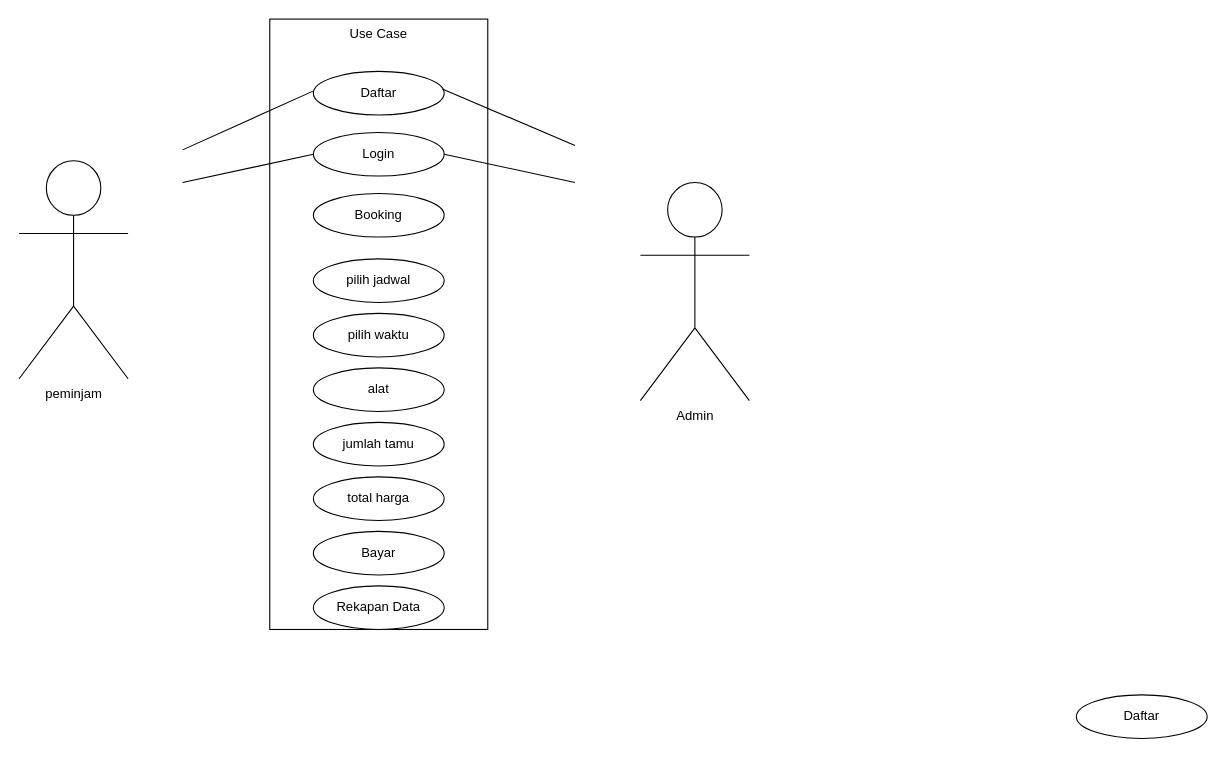
The-Pranksters/Booking-Aula keeps this draw.io diagram as page "Halaman-1" (1 of 2) of use_case.drawio. Above is the earlier version. Source tidied: cells renumbered, new cells numbered last; positions are measured from the earlier drawing's top-left corner, leaving out a move shared by most shapes. Both pictures are drawn from the tidied source at 109%, with x=0, y=0 at pixel (19, 19).
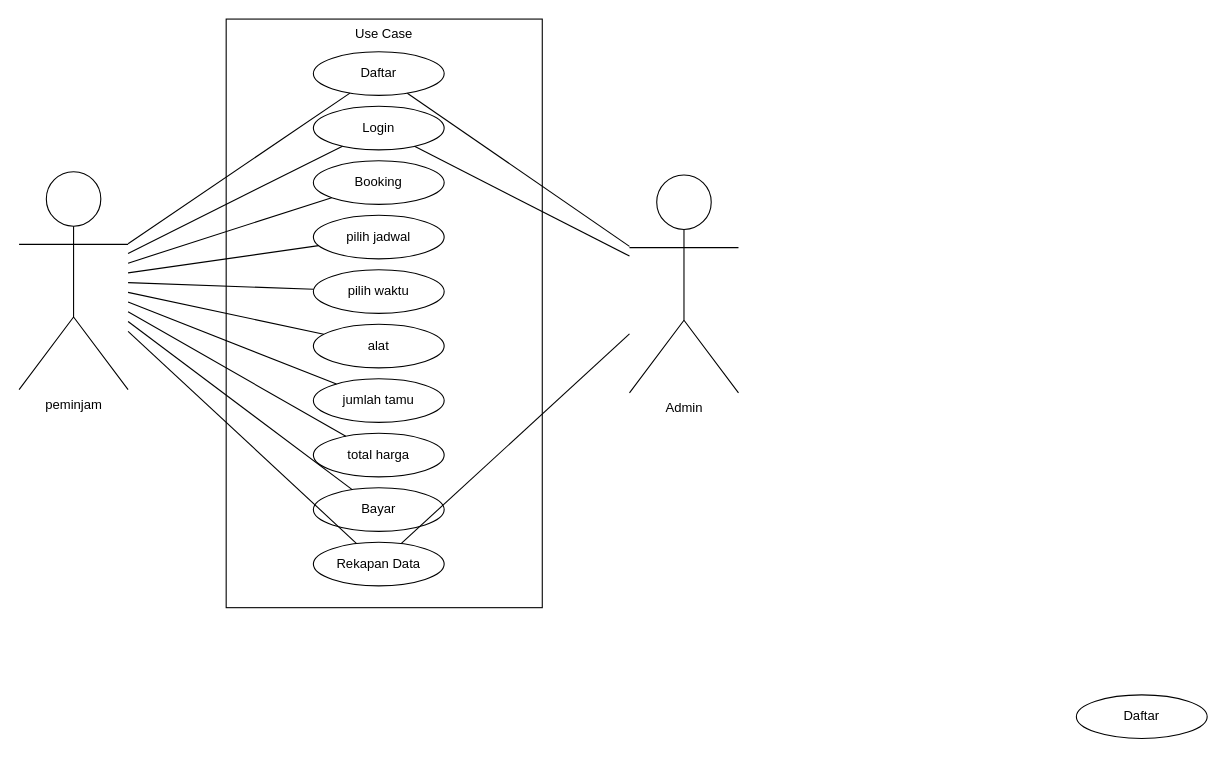
After the change.

Diff of the diagram source:
```diff
@@
     <mxCell id="2" value="Use Case" style="rounded=0;whiteSpace=wrap;html=1;verticalAlign=top;" parent="1" vertex="1">
-      <mxGeometry x="230" width="200" height="560" as="geometry" />
+      <mxGeometry x="190" width="290" height="540" as="geometry" />
     </mxCell>
     <mxCell id="3" value="Daftar" style="ellipse;whiteSpace=wrap;html=1;" parent="1" vertex="1">
-      <mxGeometry x="270" y="48" width="120" height="40" as="geometry" />
+      <mxGeometry x="270" y="30" width="120" height="40" as="geometry" />
     </mxCell>
     <mxCell id="4" value="Login" style="ellipse;whiteSpace=wrap;html=1;" parent="1" vertex="1">
-      <mxGeometry x="270" y="104" width="120" height="40" as="geometry" />
+      <mxGeometry x="270" y="80" width="120" height="40" as="geometry" />
     </mxCell>
     <mxCell id="5" value="Booking" style="ellipse;whiteSpace=wrap;html=1;" parent="1" vertex="1">
-      <mxGeometry x="270" y="160" width="120" height="40" as="geometry" />
+      <mxGeometry x="270" y="130" width="120" height="40" as="geometry" />
     </mxCell>
@@
     <mxCell id="7" value="Bayar" style="ellipse;whiteSpace=wrap;html=1;" parent="1" vertex="1">
-      <mxGeometry x="270" y="470" width="120" height="40" as="geometry" />
+      <mxGeometry x="270" y="430" width="120" height="40" as="geometry" />
     </mxCell>
@@
     <mxCell id="9" value="Admin" style="shape=umlActor;verticalLabelPosition=bottom;verticalAlign=top;html=1;outlineConnect=0;" parent="1" vertex="1">
-      <mxGeometry x="570" y="150" width="100" height="200" as="geometry" />
+      <mxGeometry x="560" y="143" width="100" height="200" as="geometry" />
     </mxCell>
-    <mxCell id="10" style="endArrow=none;html=1;rounded=0;" parent="1" edge="1">
-      <mxGeometry relative="1" as="geometry">
-        <mxPoint x="150" y="120" as="sourcePoint" />
-        <mxPoint x="269.7" y="66.1" as="targetPoint" />
-      </mxGeometry>
+    <mxCell id="10" style="endArrow=none;html=1;rounded=0;" parent="1" edge="1" source="20" target="3">
+      <mxGeometry relative="1" as="geometry" />
     </mxCell>
     <mxCell id="11" value="Rekapan Data" style="ellipse;whiteSpace=wrap;html=1;" parent="1" vertex="1">
-      <mxGeometry x="270" y="520" width="120" height="40" as="geometry" />
+      <mxGeometry x="270" y="480" width="120" height="40" as="geometry" />
     </mxCell>
-    <mxCell id="12" style="endArrow=none;html=1;rounded=0;entryX=0;entryY=0.5;entryDx=0;entryDy=0;" parent="1" edge="1" target="4">
-      <mxGeometry relative="1" as="geometry">
-        <mxPoint x="150" y="150" as="sourcePoint" />
-      </mxGeometry>
+    <mxCell id="12" style="endArrow=none;html=1;rounded=0;" parent="1" edge="1" source="20" target="4">
+      <mxGeometry relative="1" as="geometry" />
     </mxCell>
-    <mxCell id="13" style="endArrow=none;html=1;rounded=0;" parent="1" edge="1">
-      <mxGeometry relative="1" as="geometry">
-        <mxPoint x="388.3" y="64.1" as="sourcePoint" />
-        <mxPoint x="510" y="116" as="targetPoint" />
-      </mxGeometry>
+    <mxCell id="13" style="endArrow=none;html=1;rounded=0;" parent="1" edge="1" source="3" target="9">
+      <mxGeometry relative="1" as="geometry" />
     </mxCell>
-    <mxCell id="14" style="endArrow=none;html=1;rounded=0;entryX=1;entryY=0.5;entryDx=0;entryDy=0;" parent="1" edge="1" target="4">
-      <mxGeometry relative="1" as="geometry">
-        <mxPoint x="510" y="150" as="sourcePoint" />
-      </mxGeometry>
+    <mxCell id="14" style="endArrow=none;html=1;rounded=0;" parent="1" edge="1" source="9" target="4">
+      <mxGeometry relative="1" as="geometry" />
     </mxCell>
     <mxCell id="15" value="pilih jadwal" style="ellipse;whiteSpace=wrap;html=1;" parent="1" vertex="1">
-      <mxGeometry x="270" y="220" width="120" height="40" as="geometry" />
+      <mxGeometry x="270" y="180" width="120" height="40" as="geometry" />
     </mxCell>
     <mxCell id="16" value="pilih waktu" style="ellipse;whiteSpace=wrap;html=1;" parent="1" vertex="1">
-      <mxGeometry x="270" y="270" width="120" height="40" as="geometry" />
+      <mxGeometry x="270" y="230" width="120" height="40" as="geometry" />
     </mxCell>
     <mxCell id="17" value="alat" style="ellipse;whiteSpace=wrap;html=1;" parent="1" vertex="1">
-      <mxGeometry x="270" y="320" width="120" height="40" as="geometry" />
+      <mxGeometry x="270" y="280" width="120" height="40" as="geometry" />
     </mxCell>
     <mxCell id="18" value="jumlah tamu" style="ellipse;whiteSpace=wrap;html=1;" parent="1" vertex="1">
-      <mxGeometry x="270" y="370" width="120" height="40" as="geometry" />
+      <mxGeometry x="270" y="330" width="120" height="40" as="geometry" />
     </mxCell>
     <mxCell id="19" value="total harga" style="ellipse;whiteSpace=wrap;html=1;" parent="1" vertex="1">
-      <mxGeometry x="270" y="420" width="120" height="40" as="geometry" />
+      <mxGeometry x="270" y="380" width="120" height="40" as="geometry" />
     </mxCell>
     <mxCell id="20" value="peminjam" style="shape=umlActor;verticalLabelPosition=bottom;verticalAlign=top;html=1;outlineConnect=0;" parent="1" vertex="1">
-      <mxGeometry y="130" width="100" height="200" as="geometry" />
+      <mxGeometry y="140" width="100" height="200" as="geometry" />
     </mxCell>
+    <mxCell id="21" style="endArrow=none;html=1;rounded=0;" parent="1" edge="1" source="20" target="5">
+      <mxGeometry relative="1" as="geometry" />
+    </mxCell>
+    <mxCell id="22" style="endArrow=none;html=1;rounded=0;" parent="1" edge="1" source="20" target="15">
+      <mxGeometry relative="1" as="geometry" />
+    </mxCell>
+    <mxCell id="23" style="endArrow=none;html=1;rounded=0;" parent="1" edge="1" source="20" target="16">
+      <mxGeometry relative="1" as="geometry" />
+    </mxCell>
+    <mxCell id="24" style="endArrow=none;html=1;rounded=0;" parent="1" edge="1" source="20" target="17">
+      <mxGeometry relative="1" as="geometry" />
+    </mxCell>
+    <mxCell id="25" style="endArrow=none;html=1;rounded=0;" parent="1" edge="1" source="20" target="18">
+      <mxGeometry relative="1" as="geometry" />
+    </mxCell>
+    <mxCell id="26" style="endArrow=none;html=1;rounded=0;" parent="1" edge="1" source="20" target="19">
+      <mxGeometry relative="1" as="geometry" />
+    </mxCell>
+    <mxCell id="27" style="endArrow=none;html=1;rounded=0;" parent="1" edge="1" source="20" target="7">
+      <mxGeometry relative="1" as="geometry" />
+    </mxCell>
+    <mxCell id="28" style="endArrow=none;html=1;rounded=0;" parent="1" edge="1" source="11" target="20">
+      <mxGeometry relative="1" as="geometry" />
+    </mxCell>
+    <mxCell id="29" style="endArrow=none;html=1;rounded=0;" parent="1" edge="1" source="9" target="11">
+      <mxGeometry relative="1" as="geometry" />
+    </mxCell>
```
